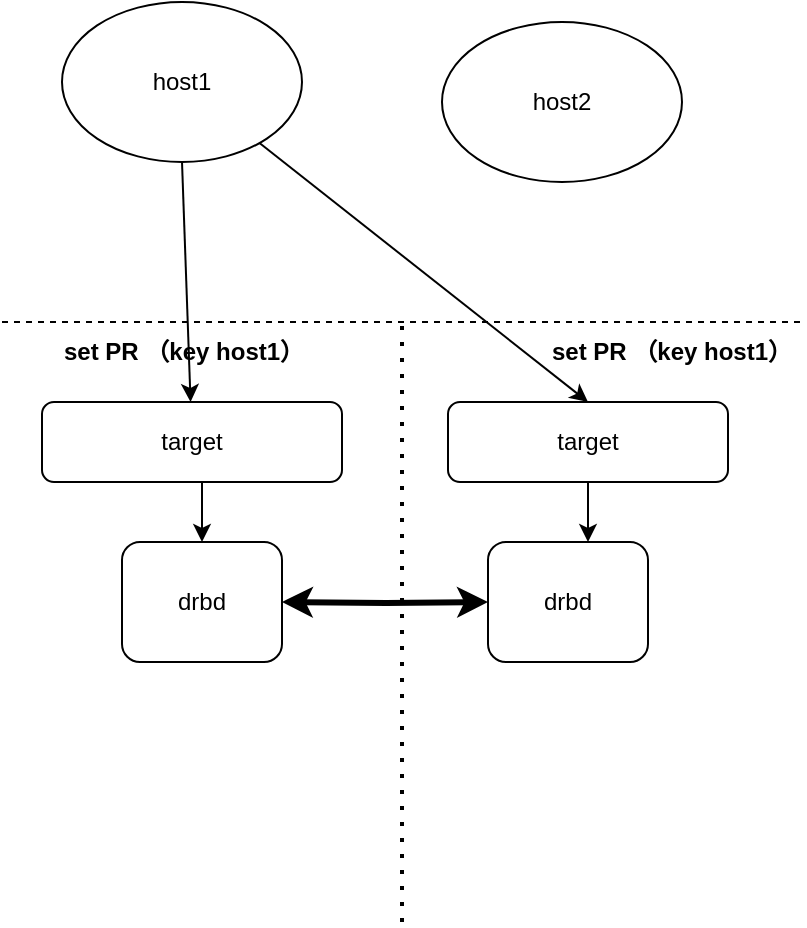
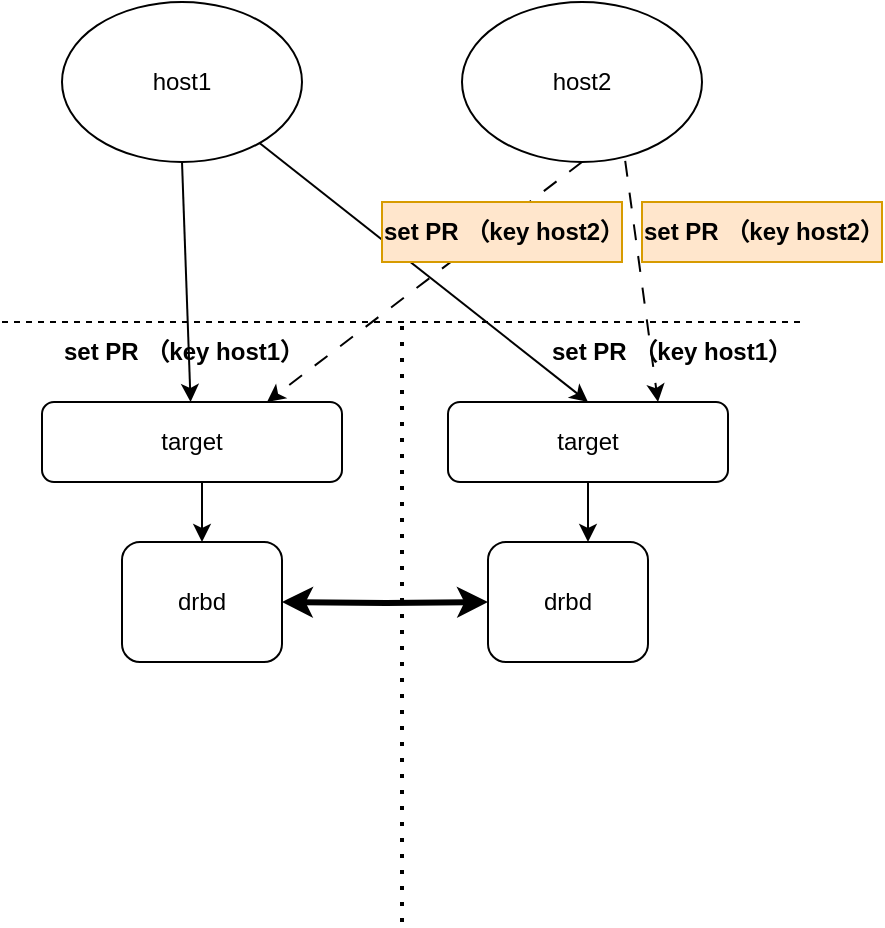
<mxfile host="app.diagrams.net">
  <diagram name="第 1 页" id="Ifx6KEgPPU0D2kjR70l6">
    <mxGraphModel dx="1021" dy="637" grid="1" gridSize="10" guides="0" tooltips="1" connect="1" arrows="1" fold="1" page="1" pageScale="1" pageWidth="827" pageHeight="1169" math="0" shadow="0">
      <root>
        <mxCell id="0" />
        <mxCell id="1" parent="0" />
        <mxCell id="BN7UGvUSFtl_CjC36wmj-23" edge="1" parent="1" source="BN7UGvUSFtl_CjC36wmj-1" style="edgeStyle=orthogonalEdgeStyle;rounded=0;orthogonalLoop=1;jettySize=auto;html=1;exitX=0.5;exitY=1;exitDx=0;exitDy=0;entryX=0.5;entryY=0;entryDx=0;entryDy=0;" target="BN7UGvUSFtl_CjC36wmj-17">
          <mxGeometry relative="1" as="geometry" />
        </mxCell>
        <mxCell id="BN7UGvUSFtl_CjC36wmj-1" parent="1" style="rounded=1;whiteSpace=wrap;html=1;" value="target" vertex="1">
          <mxGeometry height="40" width="150" x="200" y="240" as="geometry" />
        </mxCell>
        <mxCell id="BN7UGvUSFtl_CjC36wmj-2" parent="1" style="rounded=1;whiteSpace=wrap;html=1;" value="target" vertex="1">
          <mxGeometry height="40" width="140" x="403" y="240" as="geometry" />
        </mxCell>
        <mxCell id="BN7UGvUSFtl_CjC36wmj-3" edge="1" parent="1" style="endArrow=none;dashed=1;html=1;rounded=0;" value="">
          <mxGeometry height="50" relative="1" width="50" as="geometry">
            <mxPoint x="180" y="200" as="sourcePoint" />
            <mxPoint x="580" y="200" as="targetPoint" />
          </mxGeometry>
        </mxCell>
        <mxCell id="BN7UGvUSFtl_CjC36wmj-4" parent="1" style="ellipse;whiteSpace=wrap;html=1;" value="host1" vertex="1">
          <mxGeometry height="80" width="120" x="210" y="40" as="geometry" />
        </mxCell>
        <mxCell id="BN7UGvUSFtl_CjC36wmj-5" parent="1" style="ellipse;whiteSpace=wrap;html=1;" value="host2" vertex="1">
-           <mxGeometry height="80" width="120" x="400" y="50" as="geometry" />
+           <mxGeometry height="80" width="120" x="410" y="40" as="geometry" />
        </mxCell>
        <mxCell id="BN7UGvUSFtl_CjC36wmj-7" edge="1" parent="1" source="BN7UGvUSFtl_CjC36wmj-4" style="endArrow=classic;html=1;rounded=0;exitX=0.5;exitY=1;exitDx=0;exitDy=0;" target="BN7UGvUSFtl_CjC36wmj-1" value="">
          <mxGeometry height="50" relative="1" width="50" as="geometry">
            <mxPoint x="390" y="360" as="sourcePoint" />
            <mxPoint x="440" y="310" as="targetPoint" />
          </mxGeometry>
        </mxCell>
        <mxCell id="BN7UGvUSFtl_CjC36wmj-8" edge="1" parent="1" source="BN7UGvUSFtl_CjC36wmj-4" style="endArrow=classic;html=1;rounded=0;entryX=0.5;entryY=0;entryDx=0;entryDy=0;" target="BN7UGvUSFtl_CjC36wmj-2" value="">
          <mxGeometry height="50" relative="1" width="50" as="geometry">
            <mxPoint x="390" y="360" as="sourcePoint" />
            <mxPoint x="440" y="310" as="targetPoint" />
          </mxGeometry>
        </mxCell>
        <mxCell id="BN7UGvUSFtl_CjC36wmj-12" edge="1" parent="1" style="edgeStyle=orthogonalEdgeStyle;rounded=0;orthogonalLoop=1;jettySize=auto;html=1;exitX=1;exitY=0.5;exitDx=0;exitDy=0;entryX=0;entryY=0.5;entryDx=0;entryDy=0;startArrow=classic;startFill=1;curved=0;strokeWidth=3;" target="BN7UGvUSFtl_CjC36wmj-20">
          <mxGeometry relative="1" as="geometry">
            <mxPoint x="320" y="340" as="sourcePoint" />
            <mxPoint x="410" y="340" as="targetPoint" />
          </mxGeometry>
        </mxCell>
        <mxCell id="BN7UGvUSFtl_CjC36wmj-14" parent="1" style="text;html=1;whiteSpace=wrap;strokeColor=none;fillColor=none;align=center;verticalAlign=middle;rounded=0;" value="&lt;b&gt;set PR （key host1）&lt;/b&gt;" vertex="1">
          <mxGeometry height="30" width="120" x="210" y="200" as="geometry" />
        </mxCell>
        <mxCell id="BN7UGvUSFtl_CjC36wmj-16" parent="1" style="text;html=1;whiteSpace=wrap;strokeColor=none;fillColor=none;align=center;verticalAlign=middle;rounded=0;" value="&lt;b&gt;set PR （key host1）&lt;/b&gt;" vertex="1">
          <mxGeometry height="30" width="130" x="450" y="200" as="geometry" />
        </mxCell>
        <mxCell id="BN7UGvUSFtl_CjC36wmj-17" parent="1" style="rounded=1;whiteSpace=wrap;html=1;" value="drbd" vertex="1">
          <mxGeometry height="60" width="80" x="240" y="310" as="geometry" />
        </mxCell>
        <mxCell id="BN7UGvUSFtl_CjC36wmj-20" parent="1" style="rounded=1;whiteSpace=wrap;html=1;" value="drbd" vertex="1">
          <mxGeometry height="60" width="80" x="423" y="310" as="geometry" />
        </mxCell>
        <mxCell id="BN7UGvUSFtl_CjC36wmj-21" edge="1" parent="1" style="endArrow=none;dashed=1;html=1;dashPattern=1 3;strokeWidth=2;rounded=0;" value="">
          <mxGeometry height="50" relative="1" width="50" as="geometry">
            <mxPoint x="380" y="500" as="sourcePoint" />
            <mxPoint x="380" y="200" as="targetPoint" />
          </mxGeometry>
        </mxCell>
        <mxCell id="BN7UGvUSFtl_CjC36wmj-24" edge="1" parent="1" source="BN7UGvUSFtl_CjC36wmj-2" style="edgeStyle=orthogonalEdgeStyle;rounded=0;orthogonalLoop=1;jettySize=auto;html=1;exitX=0.5;exitY=1;exitDx=0;exitDy=0;entryX=0.625;entryY=0;entryDx=0;entryDy=0;entryPerimeter=0;" target="BN7UGvUSFtl_CjC36wmj-20">
          <mxGeometry relative="1" as="geometry" />
        </mxCell>
+         <mxCell id="jlSp_G2U_6gr9TUBWSZ1-2" edge="1" parent="1" source="BN7UGvUSFtl_CjC36wmj-5" style="endArrow=classic;html=1;rounded=0;exitX=0.5;exitY=1;exitDx=0;exitDy=0;entryX=0.75;entryY=0;entryDx=0;entryDy=0;dashed=1;dashPattern=8 8;" target="BN7UGvUSFtl_CjC36wmj-1" value="">
+           <mxGeometry height="50" relative="1" width="50" as="geometry">
+             <mxPoint x="390" y="360" as="sourcePoint" />
+             <mxPoint x="440" y="310" as="targetPoint" />
+           </mxGeometry>
+         </mxCell>
+         <mxCell id="jlSp_G2U_6gr9TUBWSZ1-3" edge="1" parent="1" source="BN7UGvUSFtl_CjC36wmj-5" style="endArrow=classic;html=1;rounded=0;exitX=0.68;exitY=0.993;exitDx=0;exitDy=0;entryX=0.75;entryY=0;entryDx=0;entryDy=0;dashed=1;dashPattern=8 8;exitPerimeter=0;" target="BN7UGvUSFtl_CjC36wmj-2" value="">
+           <mxGeometry height="50" relative="1" width="50" as="geometry">
+             <mxPoint x="577" y="150" as="sourcePoint" />
+             <mxPoint x="420" y="270" as="targetPoint" />
+           </mxGeometry>
+         </mxCell>
+         <mxCell id="jlSp_G2U_6gr9TUBWSZ1-4" parent="1" style="text;html=1;whiteSpace=wrap;strokeColor=#d79b00;fillColor=#ffe6cc;align=center;verticalAlign=middle;rounded=0;" value="&lt;b&gt;set PR （key host2）&lt;/b&gt;" vertex="1">
+           <mxGeometry height="30" width="120" x="370" y="140" as="geometry" />
+         </mxCell>
+         <mxCell id="jlSp_G2U_6gr9TUBWSZ1-5" parent="1" style="text;html=1;whiteSpace=wrap;strokeColor=#d79b00;fillColor=#ffe6cc;align=center;verticalAlign=middle;rounded=0;" value="&lt;b&gt;set PR （key host2）&lt;/b&gt;" vertex="1">
+           <mxGeometry height="30" width="120" x="500" y="140" as="geometry" />
+         </mxCell>
      </root>
    </mxGraphModel>
  </diagram>
</mxfile>
